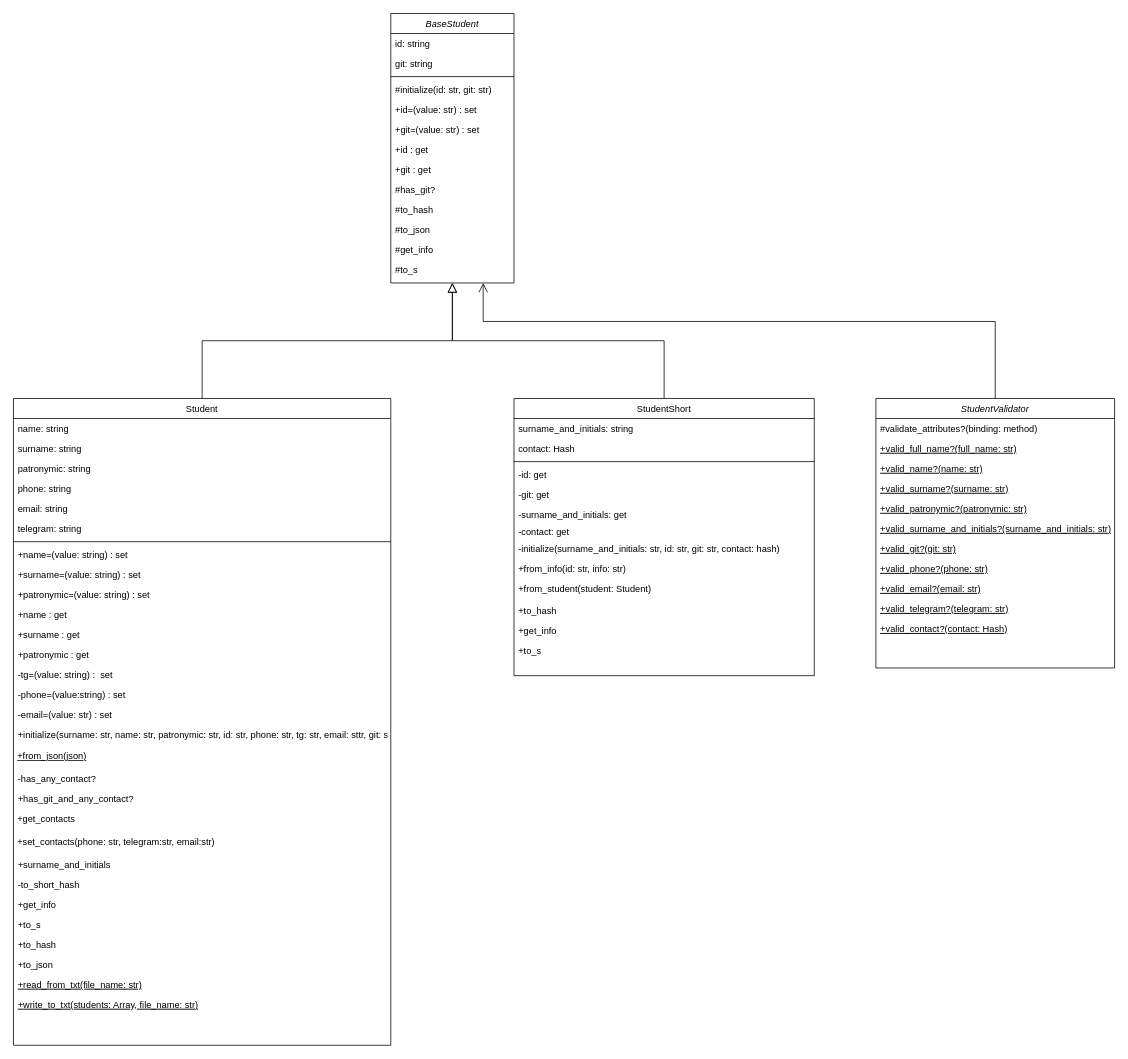
NikosSgo/Ruby-Design-Patterns keeps this draw.io diagram as Students/Ruby_Student.drawio. Above is the earlier version. Source tidied: cells renumbered, new cells numbered last; positions are measured from the earlier drawing's top-left corner, leaving out a move shared by most shapes. Both pictures are drawn from the tidied source at 77%, with x=0, y=0 at pixel (13, 13).
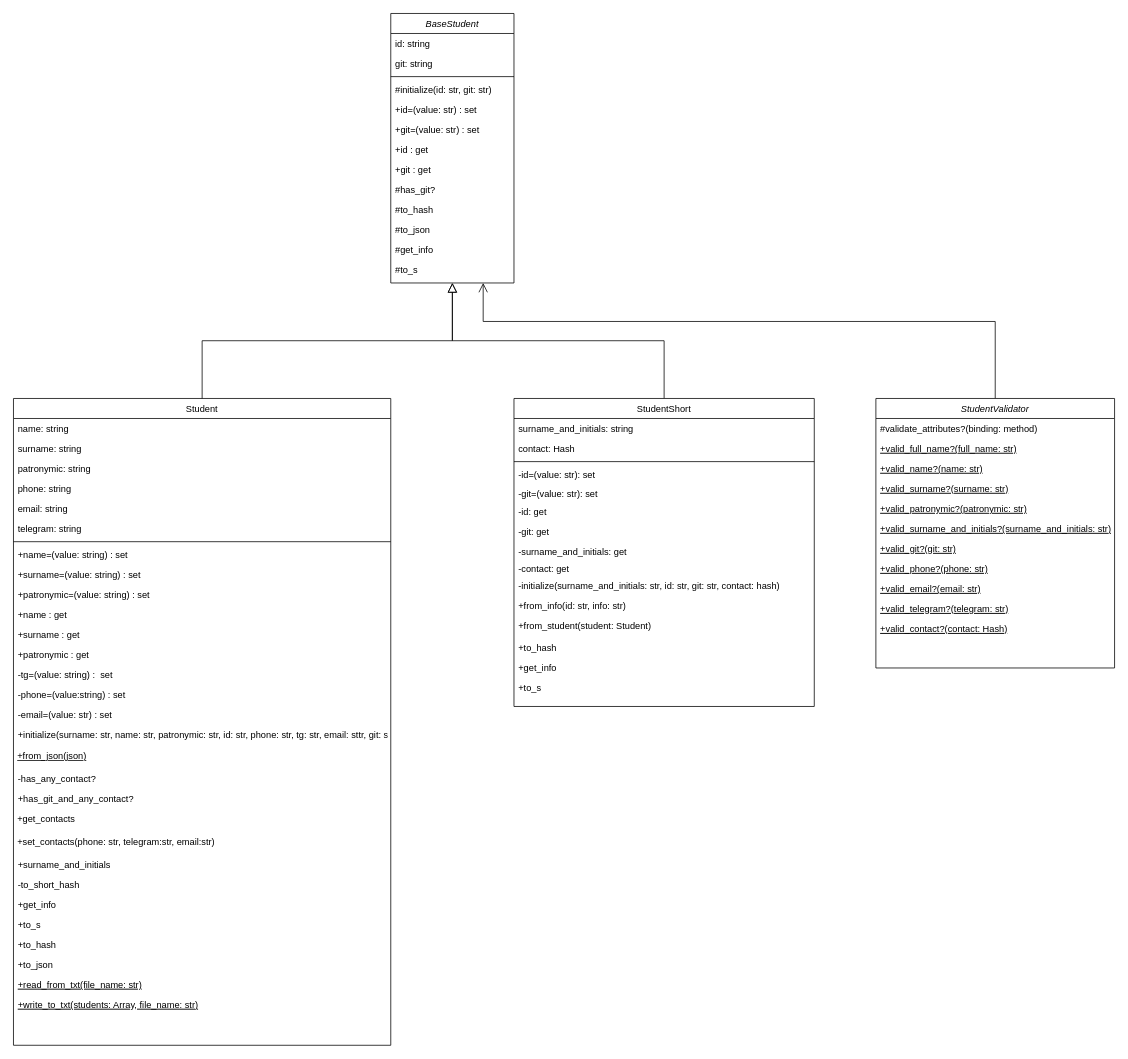
The same page after the edit.

The edit, as a diff of the source:
```diff
@@
     <mxCell id="49" value="StudentShort" style="swimlane;fontStyle=0;align=center;verticalAlign=top;horizontal=1;startSize=26;rounded=0;shadow=0;strokeWidth=1;" parent="1" vertex="1">
-      <mxGeometry x="650" y="500" width="390" height="360" as="geometry" />
+      <mxGeometry x="650" y="500" width="390" height="400" as="geometry" />
     </mxCell>
@@
+    <mxCell id="76" value="-id=(value: str): set" style="text;align=left;verticalAlign=top;spacingLeft=4;spacingRight=4;overflow=hidden;" parent="49" vertex="1">
+      <mxGeometry y="86" width="390" height="24" as="geometry" />
+    </mxCell>
+    <mxCell id="77" value="-git=(value: str): set" style="text;align=left;verticalAlign=top;spacingLeft=4;spacingRight=4;overflow=hidden;" parent="49" vertex="1">
+      <mxGeometry y="110" width="390" height="24" as="geometry" />
+    </mxCell>
     <mxCell id="53" value="-id: get" style="text;align=left;verticalAlign=top;spacingLeft=4;spacingRight=4;overflow=hidden;" parent="49" vertex="1">
-      <mxGeometry y="86" width="390" height="26" as="geometry" />
+      <mxGeometry y="134" width="390" height="26" as="geometry" />
     </mxCell>
     <mxCell id="54" value="-git: get" style="text;align=left;verticalAlign=top;spacingLeft=4;spacingRight=4;overflow=hidden;" parent="49" vertex="1">
-      <mxGeometry y="112" width="390" height="26" as="geometry" />
+      <mxGeometry y="160" width="390" height="26" as="geometry" />
     </mxCell>
     <mxCell id="55" value="-surname_and_initials: get" style="text;align=left;verticalAlign=top;spacingLeft=4;spacingRight=4;overflow=hidden;" parent="49" vertex="1">
-      <mxGeometry y="138" width="390" height="22" as="geometry" />
+      <mxGeometry y="186" width="390" height="22" as="geometry" />
     </mxCell>
     <mxCell id="56" value="-contact: get" style="text;align=left;verticalAlign=top;spacingLeft=4;spacingRight=4;overflow=hidden;" parent="49" vertex="1">
-      <mxGeometry y="160" width="390" height="22" as="geometry" />
+      <mxGeometry y="208" width="390" height="22" as="geometry" />
     </mxCell>
     <mxCell id="57" value="-initialize(surname_and_initials: str, id: str, git: str, contact: hash)" style="text;align=left;verticalAlign=top;spacingLeft=4;spacingRight=4;overflow=hidden;" parent="49" vertex="1">
-      <mxGeometry y="182" width="390" height="26" as="geometry" />
+      <mxGeometry y="230" width="390" height="26" as="geometry" />
     </mxCell>
     <mxCell id="58" value="+from_info(id: str, info: str)" style="text;align=left;verticalAlign=top;spacingLeft=4;spacingRight=4;overflow=hidden;" parent="49" vertex="1">
-      <mxGeometry y="208" width="390" height="26" as="geometry" />
+      <mxGeometry y="256" width="390" height="26" as="geometry" />
     </mxCell>
     <mxCell id="59" value="+from_student(student: Student)" style="text;align=left;verticalAlign=top;spacingLeft=4;spacingRight=4;overflow=hidden;" parent="49" vertex="1">
-      <mxGeometry y="234" width="390" height="28" as="geometry" />
+      <mxGeometry y="282" width="390" height="28" as="geometry" />
     </mxCell>
     <mxCell id="60" value="+to_hash" style="text;align=left;verticalAlign=top;spacingLeft=4;spacingRight=4;overflow=hidden;" parent="49" vertex="1">
-      <mxGeometry y="262" width="390" height="26" as="geometry" />
+      <mxGeometry y="310" width="390" height="26" as="geometry" />
     </mxCell>
     <mxCell id="61" value="+get_info" style="text;align=left;verticalAlign=top;spacingLeft=4;spacingRight=4;overflow=hidden;" parent="49" vertex="1">
-      <mxGeometry y="288" width="390" height="26" as="geometry" />
+      <mxGeometry y="336" width="390" height="26" as="geometry" />
     </mxCell>
     <mxCell id="62" value="+to_s" style="text;align=left;verticalAlign=top;spacingLeft=4;spacingRight=4;overflow=hidden;" parent="49" vertex="1">
-      <mxGeometry y="314" width="390" height="22" as="geometry" />
+      <mxGeometry y="362" width="390" height="22" as="geometry" />
     </mxCell>
```
